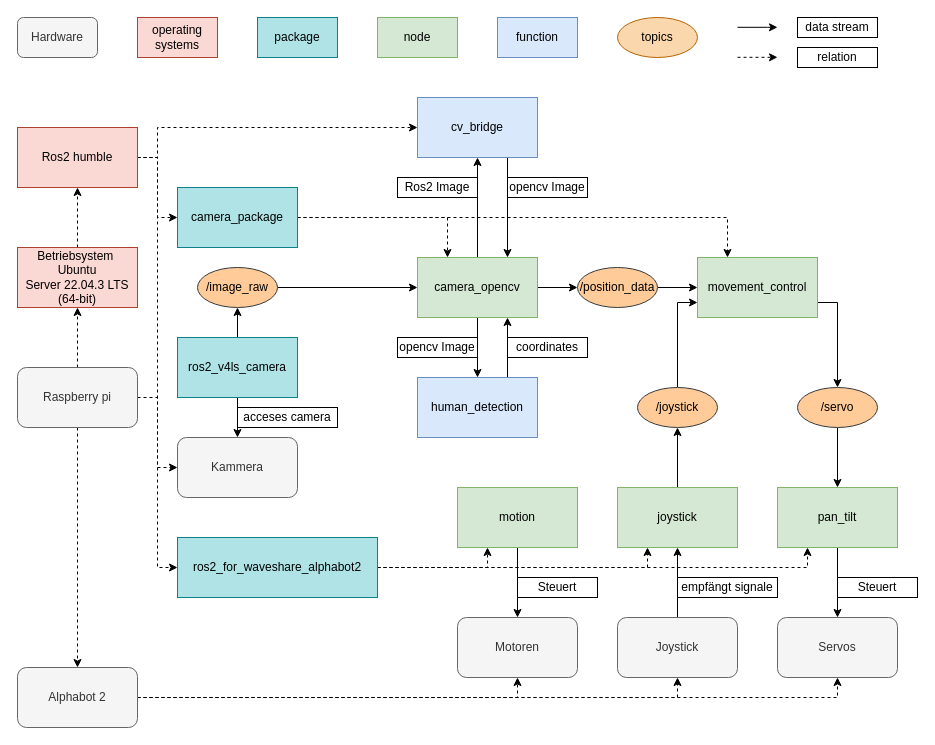
Before: Documentation/development/images/Desing_v2.drawio in tBuddy00/Follow-Me-Roboter, a draw.io diagram. Source tidied: cells renumbered, new cells numbered last; positions are measured from the earlier drawing's top-left corner, leaving out a move shared by most shapes. Both pictures are drawn from the tidied source at 100%, with x=0, y=0 at pixel (17, 17).
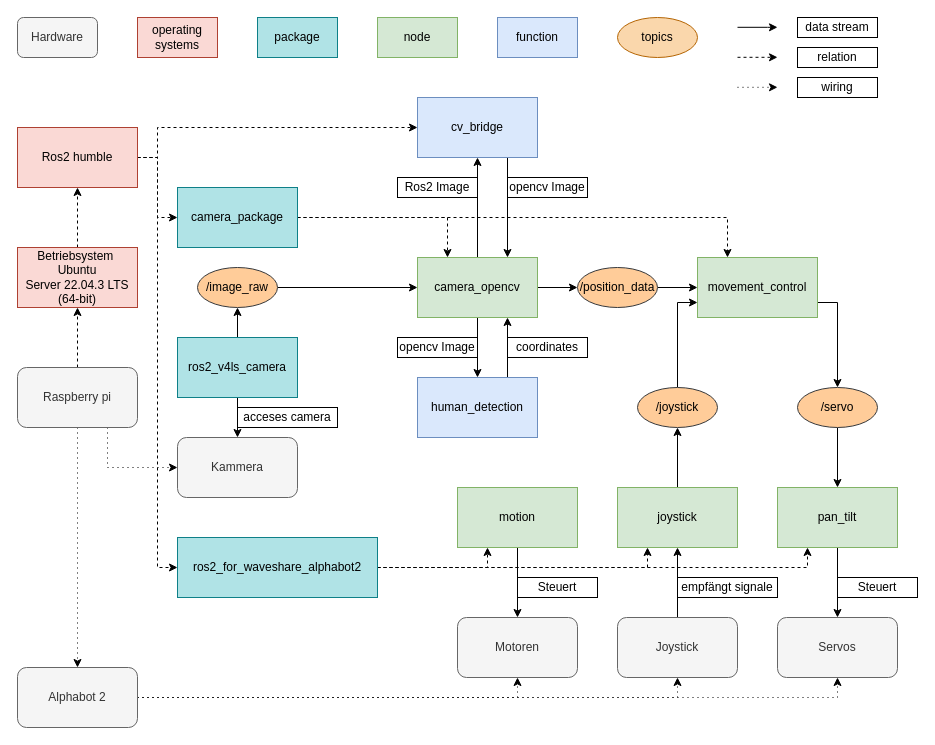
Above is the later version.

The change refers to these unchanged cells:
```xml
<mxCell id="5" value="Alphabot 2" style="rounded=1;whiteSpace=wrap;html=1;fillColor=#f5f5f5;fontColor=#333333;strokeColor=#666666;" parent="1" vertex="1">
  <mxGeometry y="650" width="120" height="60" as="geometry" />
</mxCell>
<mxCell id="9" value="Raspberry pi" style="whiteSpace=wrap;html=1;rounded=1;fillColor=#f5f5f5;fontColor=#333333;strokeColor=#666666;" parent="1" vertex="1">
  <mxGeometry y="350" width="120" height="60" as="geometry" />
</mxCell>
<mxCell id="16" value="Servos" style="whiteSpace=wrap;html=1;rounded=1;fillColor=#f5f5f5;fontColor=#333333;strokeColor=#666666;" parent="1" vertex="1">
  <mxGeometry x="760" y="600" width="120" height="60" as="geometry" />
</mxCell>
<mxCell id="17" value="Kammera" style="whiteSpace=wrap;html=1;rounded=1;fillColor=#f5f5f5;fontColor=#333333;strokeColor=#666666;" parent="1" vertex="1">
  <mxGeometry x="160" y="420" width="120" height="60" as="geometry" />
</mxCell>
<mxCell id="18" value="Motoren" style="whiteSpace=wrap;html=1;rounded=1;fillColor=#f5f5f5;fontColor=#333333;strokeColor=#666666;" parent="1" vertex="1">
  <mxGeometry x="440" y="600" width="120" height="60" as="geometry" />
</mxCell>
<mxCell id="20" value="Joystick" style="rounded=1;whiteSpace=wrap;html=1;fillColor=#f5f5f5;fontColor=#333333;strokeColor=#666666;" parent="1" vertex="1">
  <mxGeometry x="600" y="600" width="120" height="60" as="geometry" />
</mxCell>
```

What changed in the source:
```diff
@@
-    <mxCell id="2" style="edgeStyle=orthogonalEdgeStyle;rounded=0;jettySize=auto;html=1;exitX=1;exitY=0.5;exitDx=0;exitDy=0;entryX=0.5;entryY=1;entryDx=0;entryDy=0;dashed=1;" parent="1" edge="1" source="5" target="16">
+    <mxCell id="2" style="edgeStyle=orthogonalEdgeStyle;rounded=0;jettySize=auto;html=1;exitX=1;exitY=0.5;exitDx=0;exitDy=0;entryX=0.5;entryY=1;entryDx=0;entryDy=0;dashed=1;dashPattern=1 4;" parent="1" edge="1" source="5" target="16">
       <mxGeometry relative="1" as="geometry" />
     </mxCell>
-    <mxCell id="3" style="edgeStyle=orthogonalEdgeStyle;rounded=0;jettySize=auto;html=1;exitX=1;exitY=0.5;exitDx=0;exitDy=0;entryX=0.5;entryY=1;entryDx=0;entryDy=0;dashed=1;" parent="1" edge="1" source="5" target="18">
+    <mxCell id="3" style="edgeStyle=orthogonalEdgeStyle;rounded=0;jettySize=auto;html=1;exitX=1;exitY=0.5;exitDx=0;exitDy=0;entryX=0.5;entryY=1;entryDx=0;entryDy=0;dashed=1;dashPattern=1 4;" parent="1" edge="1" source="5" target="18">
       <mxGeometry relative="1" as="geometry" />
     </mxCell>
-    <mxCell id="4" style="edgeStyle=orthogonalEdgeStyle;rounded=0;jettySize=auto;html=1;exitX=1;exitY=0.5;exitDx=0;exitDy=0;entryX=0.5;entryY=1;entryDx=0;entryDy=0;dashed=1;" parent="1" edge="1" source="5" target="20">
+    <mxCell id="4" style="edgeStyle=orthogonalEdgeStyle;rounded=0;jettySize=auto;html=1;exitX=1;exitY=0.5;exitDx=0;exitDy=0;entryX=0.5;entryY=1;entryDx=0;entryDy=0;dashed=1;dashPattern=1 4;" parent="1" edge="1" source="5" target="20">
       <mxGeometry relative="1" as="geometry" />
     </mxCell>
@@
-    <mxCell id="6" style="edgeStyle=orthogonalEdgeStyle;rounded=0;jettySize=auto;html=1;exitX=0.5;exitY=1;exitDx=0;exitDy=0;entryX=0.5;entryY=0;entryDx=0;entryDy=0;dashed=1;" parent="1" edge="1" source="9" target="5">
+    <mxCell id="6" style="edgeStyle=orthogonalEdgeStyle;rounded=0;jettySize=auto;html=1;exitX=0.5;exitY=1;exitDx=0;exitDy=0;entryX=0.5;entryY=0;entryDx=0;entryDy=0;dashed=1;dashPattern=1 4;" parent="1" edge="1" source="9" target="5">
       <mxGeometry relative="1" as="geometry" />
     </mxCell>
@@
-    <mxCell id="8" style="edgeStyle=orthogonalEdgeStyle;rounded=0;jettySize=auto;html=1;entryX=0;entryY=0.5;entryDx=0;entryDy=0;dashed=1;" parent="1" edge="1" source="9" target="17">
+    <mxCell id="8" style="edgeStyle=orthogonalEdgeStyle;rounded=0;jettySize=auto;html=1;entryX=0;entryY=0.5;entryDx=0;entryDy=0;dashed=1;exitX=0.75;exitY=1;exitDx=0;exitDy=0;strokeColor=#000000;dashPattern=1 4;" parent="1" edge="1" source="9" target="17">
       <mxGeometry relative="1" as="geometry" />
     </mxCell>
@@
+    <mxCell id="73" style="edgeStyle=orthogonalEdgeStyle;rounded=0;orthogonalLoop=1;jettySize=auto;html=1;dashed=1;dashPattern=1 4;" parent="1" edge="1">
+      <mxGeometry relative="1" as="geometry">
+        <mxPoint x="720" y="69.8" as="sourcePoint" />
+        <mxPoint x="760" y="69.8" as="targetPoint" />
+        <Array as="points">
+          <mxPoint x="750" y="69.8" />
+          <mxPoint x="750" y="69.8" />
+        </Array>
+      </mxGeometry>
+    </mxCell>
+    <mxCell id="74" value="wiring" style="rounded=0;whiteSpace=wrap;html=1;" parent="1" vertex="1">
+      <mxGeometry x="780" y="60" width="80" height="20" as="geometry" />
+    </mxCell>
```
